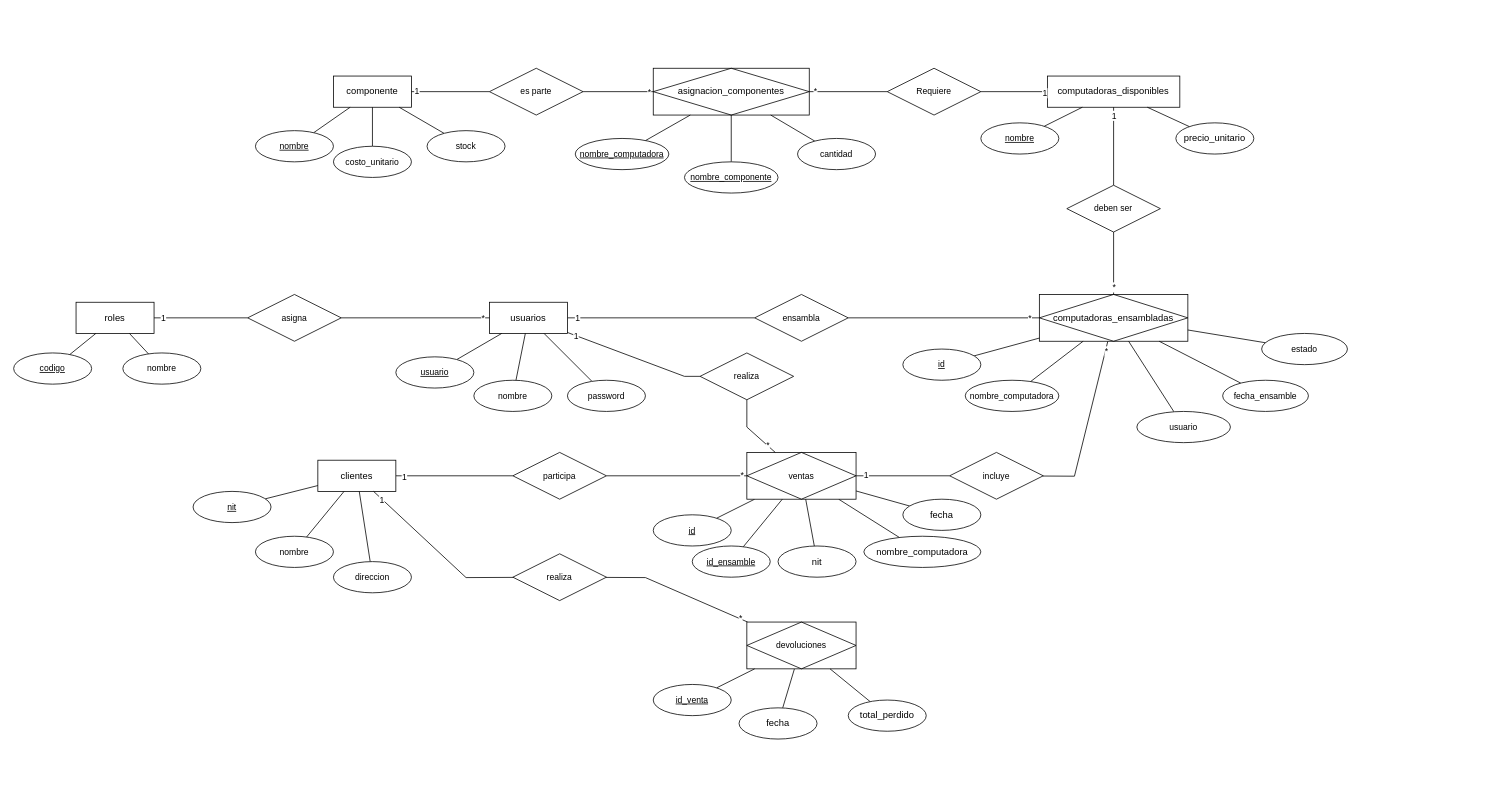
Above: page "ER" (2 of 2) of Documentación/La Computadora Feliz IPC2 1S 2025.drawio in Emahch/Proyecto-1-IPC2-S2-2025 (draw.io), before the change. Source tidied: cells renumbered, new cells numbered last; positions are measured from the earlier drawing's top-left corner, leaving out a move shared by most shapes. Both pictures are drawn from the tidied source at 78%, with x=0, y=0 at pixel (13, 68).
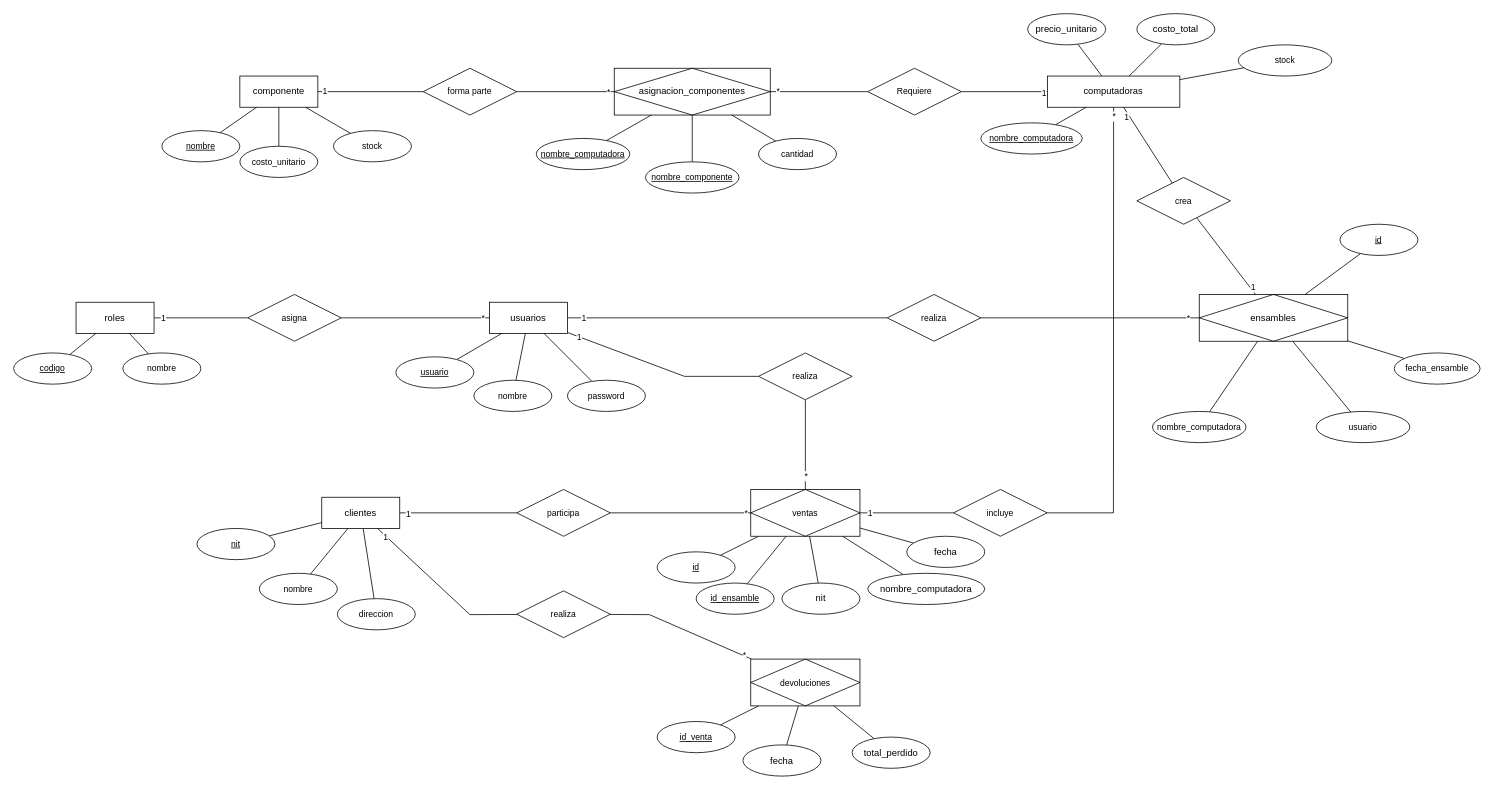
Above is the later version.

Change to the diagram source:
```diff
@@
     <mxCell id="2" value="componente" style="whiteSpace=wrap;html=1;align=center;" parent="1" vertex="1">
-      <mxGeometry x="410" y="10" width="100" height="40" as="geometry" />
+      <mxGeometry x="290" y="10" width="100" height="40" as="geometry" />
     </mxCell>
@@
-    <mxCell id="6" value="computadoras_disponibles" style="whiteSpace=wrap;html=1;align=center;" parent="1" vertex="1">
+    <mxCell id="6" value="computadoras" style="whiteSpace=wrap;html=1;align=center;" parent="1" vertex="1">
       <mxGeometry x="1325.3" y="10" width="169.8" height="40" as="geometry" />
     </mxCell>
     <mxCell id="7" value="asignacion_componentes" style="shape=associativeEntity;whiteSpace=wrap;html=1;align=center;" parent="1" vertex="1">
-      <mxGeometry x="820" width="200" height="60" as="geometry" />
+      <mxGeometry x="770" width="200" height="60" as="geometry" />
     </mxCell>
@@
     <mxCell id="9" value="nombre" style="ellipse;whiteSpace=wrap;html=1;align=center;fontStyle=4;fontFamily=Helvetica;fontSize=11;fontColor=default;labelBackgroundColor=default;" parent="1" vertex="1">
-      <mxGeometry x="310" y="80" width="100" height="40" as="geometry" />
+      <mxGeometry x="190" y="80" width="100" height="40" as="geometry" />
     </mxCell>
@@
     <mxCell id="11" value="stock" style="ellipse;whiteSpace=wrap;html=1;align=center;fontFamily=Helvetica;fontSize=11;fontColor=default;labelBackgroundColor=default;" parent="1" vertex="1">
-      <mxGeometry x="530" y="80" width="100" height="40" as="geometry" />
+      <mxGeometry x="410" y="80" width="100" height="40" as="geometry" />
     </mxCell>
@@
     <mxCell id="13" value="costo_unitario" style="ellipse;whiteSpace=wrap;html=1;align=center;fontFamily=Helvetica;fontSize=11;fontColor=default;labelBackgroundColor=default;" parent="1" vertex="1">
-      <mxGeometry x="410" y="100" width="100" height="40" as="geometry" />
+      <mxGeometry x="290" y="100" width="100" height="40" as="geometry" />
     </mxCell>
@@
     <mxCell id="17" value="cantidad" style="ellipse;whiteSpace=wrap;html=1;align=center;fontFamily=Helvetica;fontSize=11;fontColor=default;labelBackgroundColor=default;" parent="1" vertex="1">
-      <mxGeometry x="1005" y="90" width="100" height="40" as="geometry" />
+      <mxGeometry x="955" y="90" width="100" height="40" as="geometry" />
     </mxCell>
@@
     <mxCell id="19" value="precio_unitario" style="ellipse;whiteSpace=wrap;html=1;align=center;" parent="1" vertex="1">
-      <mxGeometry x="1490" y="70" width="100" height="40" as="geometry" />
+      <mxGeometry x="1300" y="-70" width="100" height="40" as="geometry" />
     </mxCell>
@@
-    <mxCell id="21" value="nombre" style="ellipse;whiteSpace=wrap;html=1;align=center;fontStyle=4;fontFamily=Helvetica;fontSize=11;fontColor=default;labelBackgroundColor=default;" parent="1" vertex="1">
-      <mxGeometry x="1240" y="70" width="100" height="40" as="geometry" />
+    <mxCell id="21" value="nombre_computadora" style="ellipse;whiteSpace=wrap;html=1;align=center;fontStyle=4;fontFamily=Helvetica;fontSize=11;fontColor=default;labelBackgroundColor=default;" parent="1" vertex="1">
+      <mxGeometry x="1240" y="70" width="130" height="40" as="geometry" />
     </mxCell>
-    <mxCell id="22" style="edgeStyle=none;shape=connector;rounded=0;jettySize=auto;html=1;strokeColor=default;align=center;verticalAlign=middle;fontFamily=Helvetica;fontSize=11;fontColor=default;labelBackgroundColor=default;startFill=0;endArrow=none;" parent="1" edge="1" source="24" target="111">
-      <mxGeometry relative="1" as="geometry" />
-    </mxCell>
-    <mxCell id="23" value="*" style="edgeLabel;html=1;align=center;verticalAlign=middle;fontFamily=Helvetica;fontSize=11;fontColor=default;labelBackgroundColor=default;" parent="22" vertex="1">
-      <mxGeometry x="-0.74" relative="1" as="geometry" />
-    </mxCell>
-    <mxCell id="24" value="computadoras_ensambladas" style="shape=associativeEntity;whiteSpace=wrap;html=1;align=center;" parent="1" vertex="1">
-      <mxGeometry x="1315" y="290" width="190.4" height="60" as="geometry" />
+    <mxCell id="24" value="ensambles" style="shape=associativeEntity;whiteSpace=wrap;html=1;align=center;" parent="1" vertex="1">
+      <mxGeometry x="1520" y="290" width="190.4" height="60" as="geometry" />
     </mxCell>
@@
     <mxCell id="26" value="id" style="ellipse;whiteSpace=wrap;html=1;align=center;fontStyle=4;fontFamily=Helvetica;fontSize=11;fontColor=default;labelBackgroundColor=default;" parent="1" vertex="1">
-      <mxGeometry x="1140" y="360" width="100" height="40" as="geometry" />
+      <mxGeometry x="1700.4" y="200" width="100" height="40" as="geometry" />
     </mxCell>
@@
     <mxCell id="28" value="nombre_computadora" style="ellipse;whiteSpace=wrap;html=1;align=center;fontFamily=Helvetica;fontSize=11;fontColor=default;labelBackgroundColor=default;" parent="1" vertex="1">
-      <mxGeometry x="1220" y="400" width="120" height="40" as="geometry" />
+      <mxGeometry x="1460" y="440" width="120" height="40" as="geometry" />
     </mxCell>
@@
     <mxCell id="30" value="usuario" style="ellipse;whiteSpace=wrap;html=1;align=center;fontFamily=Helvetica;fontSize=11;fontColor=default;labelBackgroundColor=default;" parent="1" vertex="1">
-      <mxGeometry x="1440" y="440" width="120" height="40" as="geometry" />
+      <mxGeometry x="1670" y="440" width="120" height="40" as="geometry" />
     </mxCell>
@@
     <mxCell id="32" value="fecha_ensamble" style="ellipse;whiteSpace=wrap;html=1;align=center;fontFamily=Helvetica;fontSize=11;fontColor=default;labelBackgroundColor=default;" parent="1" vertex="1">
-      <mxGeometry x="1550" y="400" width="110" height="40" as="geometry" />
+      <mxGeometry x="1770" y="365" width="110" height="40" as="geometry" />
     </mxCell>
@@
     <mxCell id="34" value="id" style="ellipse;whiteSpace=wrap;html=1;align=center;fontStyle=4;fontFamily=Helvetica;fontSize=11;fontColor=default;labelBackgroundColor=default;" parent="1" vertex="1">
-      <mxGeometry x="820" y="572.5" width="100" height="40" as="geometry" />
+      <mxGeometry x="825" y="620" width="100" height="40" as="geometry" />
     </mxCell>
@@
     <mxCell id="36" value="fecha" style="ellipse;whiteSpace=wrap;html=1;align=center;" parent="1" vertex="1">
-      <mxGeometry x="1140" y="552.5" width="100" height="40" as="geometry" />
+      <mxGeometry x="1145" y="600" width="100" height="40" as="geometry" />
     </mxCell>
@@
     <mxCell id="38" value="nombre_computadora" style="ellipse;whiteSpace=wrap;html=1;align=center;" parent="1" vertex="1">
-      <mxGeometry x="1090" y="600" width="150" height="40" as="geometry" />
+      <mxGeometry x="1095" y="647.5" width="150" height="40" as="geometry" />
     </mxCell>
@@
     <mxCell id="41" value="ventas" style="shape=associativeEntity;whiteSpace=wrap;html=1;align=center;fontFamily=Helvetica;fontSize=11;fontColor=default;labelBackgroundColor=default;" parent="1" vertex="1">
-      <mxGeometry x="940" y="492.5" width="140" height="60" as="geometry" />
+      <mxGeometry x="945" y="540" width="140" height="60" as="geometry" />
     </mxCell>
@@
     <mxCell id="43" value="fecha" style="ellipse;whiteSpace=wrap;html=1;align=center;" parent="1" vertex="1">
-      <mxGeometry x="930" y="820" width="100" height="40" as="geometry" />
+      <mxGeometry x="935" y="867.5" width="100" height="40" as="geometry" />
     </mxCell>
     <mxCell id="44" style="edgeStyle=none;shape=connector;rounded=0;jettySize=auto;html=1;strokeColor=default;align=center;verticalAlign=middle;fontFamily=Helvetica;fontSize=11;fontColor=default;labelBackgroundColor=default;startFill=0;endArrow=none;" parent="1" edge="1" source="46" target="85">
       <mxGeometry relative="1" as="geometry">
         <Array as="points">
-          <mxPoint x="810" y="653" />
+          <mxPoint x="815" y="700.5" />
         </Array>
       </mxGeometry>
     </mxCell>
@@
     <mxCell id="46" value="devoluciones" style="shape=associativeEntity;whiteSpace=wrap;html=1;align=center;fontFamily=Helvetica;fontSize=11;fontColor=default;labelBackgroundColor=default;" parent="1" vertex="1">
-      <mxGeometry x="940" y="710" width="140" height="60" as="geometry" />
+      <mxGeometry x="945" y="757.5" width="140" height="60" as="geometry" />
     </mxCell>
@@
     <mxCell id="48" value="id_venta" style="ellipse;whiteSpace=wrap;html=1;align=center;fontStyle=4;fontFamily=Helvetica;fontSize=11;fontColor=default;labelBackgroundColor=default;" parent="1" vertex="1">
-      <mxGeometry x="820" y="790" width="100" height="40" as="geometry" />
+      <mxGeometry x="825" y="837.5" width="100" height="40" as="geometry" />
     </mxCell>
@@
     <mxCell id="50" value="total_perdido" style="ellipse;whiteSpace=wrap;html=1;align=center;" parent="1" vertex="1">
-      <mxGeometry x="1070" y="810" width="100" height="40" as="geometry" />
+      <mxGeometry x="1075" y="857.5" width="100" height="40" as="geometry" />
     </mxCell>
@@
     <mxCell id="70" value="clientes" style="whiteSpace=wrap;html=1;align=center;" parent="1" vertex="1">
-      <mxGeometry x="390" y="502.5" width="100" height="40" as="geometry" />
+      <mxGeometry x="395" y="550" width="100" height="40" as="geometry" />
     </mxCell>
@@
     <mxCell id="73" value="nit" style="ellipse;whiteSpace=wrap;html=1;align=center;fontStyle=4;fontFamily=Helvetica;fontSize=11;fontColor=default;labelBackgroundColor=default;" parent="1" vertex="1">
-      <mxGeometry x="230" y="542.5" width="100" height="40" as="geometry" />
+      <mxGeometry x="235" y="590" width="100" height="40" as="geometry" />
     </mxCell>
     <mxCell id="74" value="nombre" style="ellipse;whiteSpace=wrap;html=1;align=center;fontFamily=Helvetica;fontSize=11;fontColor=default;labelBackgroundColor=default;" parent="1" vertex="1">
-      <mxGeometry x="310" y="600" width="100" height="40" as="geometry" />
+      <mxGeometry x="315" y="647.5" width="100" height="40" as="geometry" />
     </mxCell>
@@
     <mxCell id="76" value="direccion" style="ellipse;whiteSpace=wrap;html=1;align=center;fontFamily=Helvetica;fontSize=11;fontColor=default;labelBackgroundColor=default;" parent="1" vertex="1">
-      <mxGeometry x="410" y="632.5" width="100" height="40" as="geometry" />
+      <mxGeometry x="415" y="680" width="100" height="40" as="geometry" />
     </mxCell>
@@
     <mxCell id="78" value="nit" style="ellipse;whiteSpace=wrap;html=1;align=center;" parent="1" vertex="1">
-      <mxGeometry x="980" y="612.5" width="100" height="40" as="geometry" />
+      <mxGeometry x="985" y="660" width="100" height="40" as="geometry" />
     </mxCell>
     <mxCell id="79" value="nombre_componente" style="ellipse;whiteSpace=wrap;html=1;align=center;fontStyle=4;fontFamily=Helvetica;fontSize=11;fontColor=default;labelBackgroundColor=default;" parent="1" vertex="1">
-      <mxGeometry x="860" y="120" width="120" height="40" as="geometry" />
+      <mxGeometry x="810" y="120" width="120" height="40" as="geometry" />
     </mxCell>
     <mxCell id="80" value="nombre_computadora" style="ellipse;whiteSpace=wrap;html=1;align=center;fontStyle=4;fontFamily=Helvetica;fontSize=11;fontColor=default;labelBackgroundColor=default;" parent="1" vertex="1">
-      <mxGeometry x="720" y="90" width="120" height="40" as="geometry" />
+      <mxGeometry x="670" y="90" width="120" height="40" as="geometry" />
     </mxCell>
-    <mxCell id="81" style="edgeStyle=none;shape=connector;rounded=0;jettySize=auto;html=1;strokeColor=default;align=center;verticalAlign=middle;fontFamily=Helvetica;fontSize=11;fontColor=default;labelBackgroundColor=default;startFill=0;endArrow=none;" parent="1" edge="1" source="82" target="24">
-      <mxGeometry relative="1" as="geometry" />
-    </mxCell>
-    <mxCell id="82" value="estado" style="ellipse;whiteSpace=wrap;html=1;align=center;fontFamily=Helvetica;fontSize=11;fontColor=default;labelBackgroundColor=default;" parent="1" vertex="1">
-      <mxGeometry x="1600" y="340" width="110" height="40" as="geometry" />
-    </mxCell>
@@
     <mxCell id="84" value="participa" style="shape=rhombus;perimeter=rhombusPerimeter;whiteSpace=wrap;html=1;align=center;fontFamily=Helvetica;fontSize=11;fontColor=default;labelBackgroundColor=default;" parent="1" vertex="1">
-      <mxGeometry x="640" y="492.5" width="120" height="60" as="geometry" />
+      <mxGeometry x="645" y="540" width="120" height="60" as="geometry" />
     </mxCell>
     <mxCell id="85" value="realiza" style="shape=rhombus;perimeter=rhombusPerimeter;whiteSpace=wrap;html=1;align=center;fontFamily=Helvetica;fontSize=11;fontColor=default;labelBackgroundColor=default;" parent="1" vertex="1">
-      <mxGeometry x="640" y="622.5" width="120" height="60" as="geometry" />
+      <mxGeometry x="645" y="670" width="120" height="60" as="geometry" />
     </mxCell>
     <mxCell id="86" style="edgeStyle=none;shape=connector;rounded=0;jettySize=auto;html=1;strokeColor=default;align=center;verticalAlign=middle;fontFamily=Helvetica;fontSize=11;fontColor=default;labelBackgroundColor=default;startFill=0;endArrow=none;" parent="1" edge="1" source="70" target="85">
       <mxGeometry relative="1" as="geometry">
         <Array as="points">
-          <mxPoint x="580" y="653" />
+          <mxPoint x="585" y="700.5" />
         </Array>
       </mxGeometry>
     </mxCell>
@@
-    <mxCell id="92" value="es parte" style="shape=rhombus;perimeter=rhombusPerimeter;whiteSpace=wrap;html=1;align=center;fontFamily=Helvetica;fontSize=11;fontColor=default;labelBackgroundColor=default;" parent="1" vertex="1">
-      <mxGeometry x="610" width="120" height="60" as="geometry" />
+    <mxCell id="92" value="forma parte" style="shape=rhombus;perimeter=rhombusPerimeter;whiteSpace=wrap;html=1;align=center;fontFamily=Helvetica;fontSize=11;fontColor=default;labelBackgroundColor=default;" parent="1" vertex="1">
+      <mxGeometry x="525" width="120" height="60" as="geometry" />
     </mxCell>
@@
     <mxCell id="97" value="Requiere" style="shape=rhombus;perimeter=rhombusPerimeter;whiteSpace=wrap;html=1;align=center;fontFamily=Helvetica;fontSize=11;fontColor=default;labelBackgroundColor=default;" parent="1" vertex="1">
-      <mxGeometry x="1120" width="120" height="60" as="geometry" />
+      <mxGeometry x="1095" width="120" height="60" as="geometry" />
     </mxCell>
@@
     <mxCell id="100" style="edgeStyle=none;shape=connector;rounded=0;jettySize=auto;html=1;strokeColor=default;align=center;verticalAlign=middle;fontFamily=Helvetica;fontSize=11;fontColor=default;labelBackgroundColor=default;startFill=0;endArrow=none;" parent="1" edge="1" source="105" target="41">
-      <mxGeometry relative="1" as="geometry">
-        <Array as="points">
-          <mxPoint x="940" y="460" />
-        </Array>
-      </mxGeometry>
+      <mxGeometry relative="1" as="geometry" />
     </mxCell>
@@
-    <mxCell id="102" value="ensambla" style="shape=rhombus;perimeter=rhombusPerimeter;whiteSpace=wrap;html=1;align=center;fontFamily=Helvetica;fontSize=11;fontColor=default;labelBackgroundColor=default;" parent="1" vertex="1">
-      <mxGeometry x="950" y="290" width="120" height="60" as="geometry" />
+    <mxCell id="102" value="realiza" style="shape=rhombus;perimeter=rhombusPerimeter;whiteSpace=wrap;html=1;align=center;fontFamily=Helvetica;fontSize=11;fontColor=default;labelBackgroundColor=default;" parent="1" vertex="1">
+      <mxGeometry x="1120" y="290" width="120" height="60" as="geometry" />
     </mxCell>
@@
     <mxCell id="105" value="realiza" style="shape=rhombus;perimeter=rhombusPerimeter;whiteSpace=wrap;html=1;align=center;fontFamily=Helvetica;fontSize=11;fontColor=default;labelBackgroundColor=default;" parent="1" vertex="1">
-      <mxGeometry x="880" y="365" width="120" height="60" as="geometry" />
+      <mxGeometry x="955" y="365" width="120" height="60" as="geometry" />
     </mxCell>
-    <mxCell id="106" style="edgeStyle=none;shape=connector;rounded=0;jettySize=auto;html=1;strokeColor=default;align=center;verticalAlign=middle;fontFamily=Helvetica;fontSize=11;fontColor=default;labelBackgroundColor=default;startFill=0;endArrow=none;" parent="1" edge="1" source="108" target="24">
+    <mxCell id="106" style="edgeStyle=none;shape=connector;rounded=0;jettySize=auto;html=1;strokeColor=default;align=center;verticalAlign=middle;fontFamily=Helvetica;fontSize=11;fontColor=default;labelBackgroundColor=default;startFill=0;endArrow=none;" parent="1" edge="1" source="108" target="6">
       <mxGeometry relative="1" as="geometry">
         <Array as="points">
-          <mxPoint x="1360" y="523" />
+          <mxPoint x="1410" y="570" />
         </Array>
       </mxGeometry>
     </mxCell>
     <mxCell id="107" value="*" style="edgeLabel;html=1;align=center;verticalAlign=middle;fontFamily=Helvetica;fontSize=11;fontColor=default;labelBackgroundColor=default;" parent="106" vertex="1">
-      <mxGeometry x="0.88" y="-1" relative="1" as="geometry" />
+      <mxGeometry x="0.88" y="-1" relative="1" as="geometry">
+        <mxPoint x="-1" y="-25" as="offset" />
+      </mxGeometry>
     </mxCell>
     <mxCell id="108" value="incluye" style="shape=rhombus;perimeter=rhombusPerimeter;whiteSpace=wrap;html=1;align=center;fontFamily=Helvetica;fontSize=11;fontColor=default;labelBackgroundColor=default;" parent="1" vertex="1">
-      <mxGeometry x="1200" y="492.5" width="120" height="60" as="geometry" />
+      <mxGeometry x="1205" y="540" width="120" height="60" as="geometry" />
     </mxCell>
-    <mxCell id="109" style="edgeStyle=none;shape=connector;rounded=0;jettySize=auto;html=1;strokeColor=default;align=center;verticalAlign=middle;fontFamily=Helvetica;fontSize=11;fontColor=default;labelBackgroundColor=default;startFill=0;endArrow=none;" parent="1" edge="1" source="111" target="6">
+    <mxCell id="109" style="edgeStyle=none;shape=connector;rounded=0;jettySize=auto;html=1;strokeColor=default;align=center;verticalAlign=middle;fontFamily=Helvetica;fontSize=11;fontColor=default;labelBackgroundColor=default;startFill=0;endArrow=none;" parent="1" edge="1" source="24" target="121">
       <mxGeometry relative="1" as="geometry" />
     </mxCell>
-    <mxCell id="110" value="1" style="edgeLabel;html=1;align=center;verticalAlign=middle;fontFamily=Helvetica;fontSize=11;fontColor=default;labelBackgroundColor=default;" parent="109" vertex="1">
-      <mxGeometry x="0.7" y="-3" relative="1" as="geometry">
-        <mxPoint x="-3" y="-5" as="offset" />
-      </mxGeometry>
-    </mxCell>
-    <mxCell id="111" value="deben ser" style="shape=rhombus;perimeter=rhombusPerimeter;whiteSpace=wrap;html=1;align=center;fontFamily=Helvetica;fontSize=11;fontColor=default;labelBackgroundColor=default;" parent="1" vertex="1">
-      <mxGeometry x="1350.2" y="150" width="120" height="60" as="geometry" />
-    </mxCell>
+    <mxCell id="114" value="1" style="edgeLabel;html=1;align=center;verticalAlign=middle;fontFamily=Helvetica;fontSize=11;fontColor=default;labelBackgroundColor=default;" parent="109" vertex="1">
+      <mxGeometry x="-0.92" y="1" relative="1" as="geometry">
+        <mxPoint y="-6" as="offset" />
+      </mxGeometry>
+    </mxCell>
@@
     <mxCell id="113" value="id_ensamble" style="ellipse;whiteSpace=wrap;html=1;align=center;fontStyle=4;fontFamily=Helvetica;fontSize=11;fontColor=default;labelBackgroundColor=default;" parent="1" vertex="1">
-      <mxGeometry x="870" y="612.5" width="100" height="40" as="geometry" />
+      <mxGeometry x="875" y="660" width="100" height="40" as="geometry" />
     </mxCell>
+    <mxCell id="115" style="edgeStyle=none;shape=connector;rounded=0;jettySize=auto;html=1;strokeColor=default;align=center;verticalAlign=middle;fontFamily=Helvetica;fontSize=11;fontColor=default;labelBackgroundColor=default;startFill=0;endArrow=none;" parent="1" edge="1" source="116" target="6">
+      <mxGeometry relative="1" as="geometry" />
+    </mxCell>
+    <mxCell id="116" value="stock" style="ellipse;whiteSpace=wrap;html=1;align=center;fontFamily=Helvetica;fontSize=11;fontColor=default;labelBackgroundColor=default;" parent="1" vertex="1">
+      <mxGeometry x="1570" y="-30" width="120" height="40" as="geometry" />
+    </mxCell>
+    <mxCell id="117" style="edgeStyle=none;shape=connector;rounded=0;jettySize=auto;html=1;strokeColor=default;align=center;verticalAlign=middle;fontFamily=Helvetica;fontSize=11;fontColor=default;labelBackgroundColor=default;startFill=0;endArrow=none;" parent="1" edge="1" source="118" target="6">
+      <mxGeometry relative="1" as="geometry" />
+    </mxCell>
+    <mxCell id="118" value="costo_total" style="ellipse;whiteSpace=wrap;html=1;align=center;" parent="1" vertex="1">
+      <mxGeometry x="1440" y="-70" width="100" height="40" as="geometry" />
+    </mxCell>
+    <mxCell id="119" style="edgeStyle=none;shape=connector;rounded=0;jettySize=auto;html=1;strokeColor=default;align=center;verticalAlign=middle;fontFamily=Helvetica;fontSize=11;fontColor=default;labelBackgroundColor=default;startFill=0;endArrow=none;" parent="1" edge="1" source="121" target="6">
+      <mxGeometry relative="1" as="geometry" />
+    </mxCell>
+    <mxCell id="120" value="1" style="edgeLabel;html=1;align=center;verticalAlign=middle;fontFamily=Helvetica;fontSize=11;fontColor=default;labelBackgroundColor=default;" parent="119" vertex="1">
+      <mxGeometry x="0.79" y="4" relative="1" as="geometry" />
+    </mxCell>
+    <mxCell id="121" value="crea" style="shape=rhombus;perimeter=rhombusPerimeter;whiteSpace=wrap;html=1;align=center;fontFamily=Helvetica;fontSize=11;fontColor=default;labelBackgroundColor=default;" parent="1" vertex="1">
+      <mxGeometry x="1440" y="140" width="120" height="60" as="geometry" />
+    </mxCell>
```
